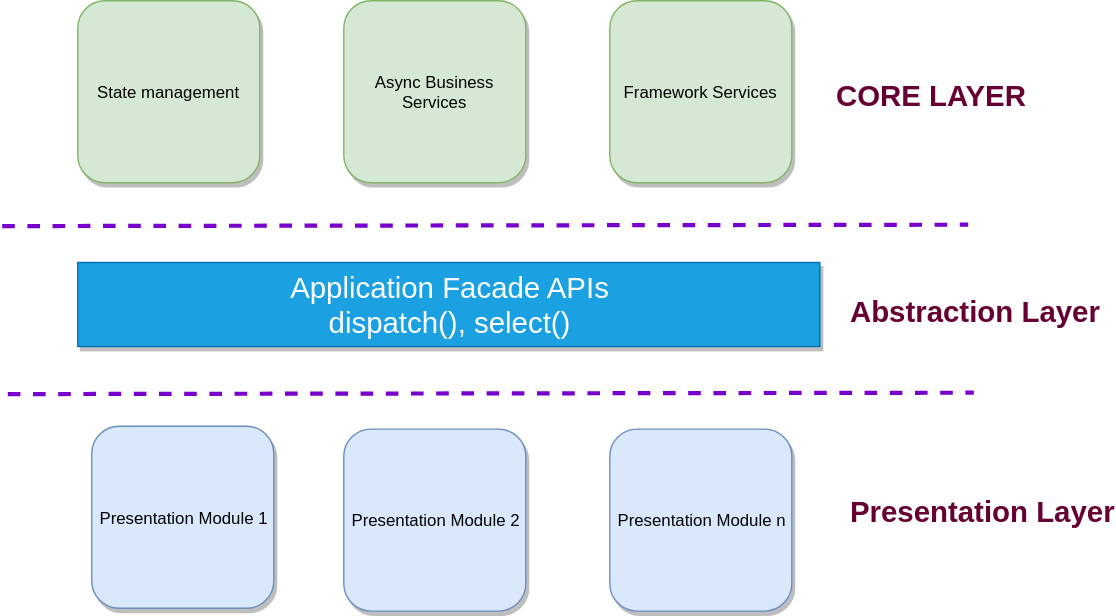
This is Untitled Diagram.svg from kiranchowdhury/ep-ui, a draw.io export, as it was before one commit. Source tidied: cells renumbered, new cells last; positions are measured from the earlier drawing's top-left corner, leaving out a move shared by most shapes.
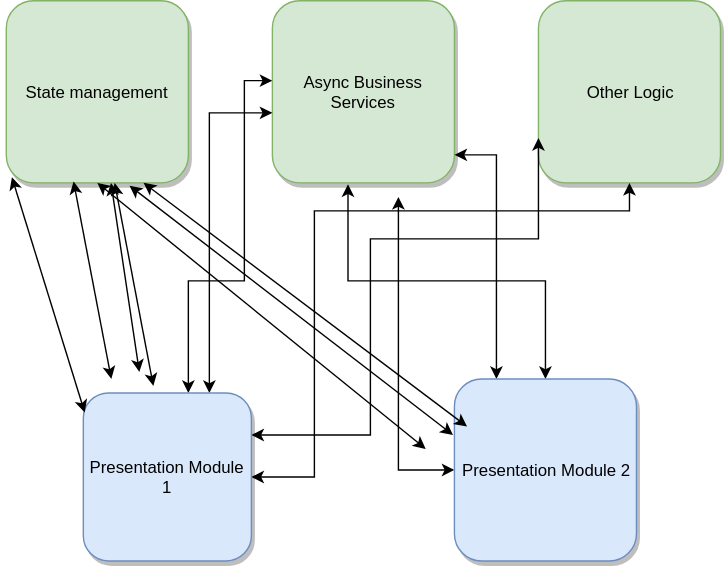
Later version of the same file.

Commit message:
multi direction data flow.svg

Diff of the diagram source:
```diff
@@ -8,41 +8,90 @@
     <mxCell id="3" value="Async Business Services" style="whiteSpace=wrap;html=1;fillColor=#d5e8d4;strokeColor=#82b366;shadow=1;rounded=1;comic=0;glass=0;" parent="1" vertex="1">
       <mxGeometry x="244" width="130" height="130" as="geometry" />
     </mxCell>
-    <mxCell id="4" value="Framework Services" style="whiteSpace=wrap;html=1;fillColor=#d5e8d4;strokeColor=#82b366;shadow=1;rounded=1;comic=0;glass=0;" parent="1" vertex="1">
+    <mxCell id="4" value="Other Logic" style="whiteSpace=wrap;html=1;fillColor=#d5e8d4;strokeColor=#82b366;shadow=1;rounded=1;comic=0;glass=0;" parent="1" vertex="1">
       <mxGeometry x="434" width="130" height="130" as="geometry" />
     </mxCell>
-    <mxCell id="5" value="CORE LAYER" style="text;html=1;align=left;verticalAlign=top;spacingTop=-4;fontStyle=1;fontSize=21;fontColor=#660033;" parent="1" vertex="1">
-      <mxGeometry x="594" y="53" width="90" height="20" as="geometry" />
-    </mxCell>
-    <mxCell id="6" style="endArrow=none;dashed=1;html=1;fontSize=21;fontColor=#00FF80;fillColor=#aa00ff;strokeColor=#7700CC;strokeWidth=3;" parent="1" edge="1">
-      <mxGeometry relative="1" as="geometry">
-        <mxPoint y="161" as="sourcePoint" />
-        <mxPoint x="690" y="160" as="targetPoint" />
-      </mxGeometry>
-    </mxCell>
-    <mxCell id="7" value="Application Facade APIs&lt;br&gt;dispatch(), select()&lt;br&gt;" style="rounded=0;whiteSpace=wrap;html=1;shadow=1;glass=0;comic=0;fontSize=21;fontColor=#ffffff;fillColor=#1ba1e2;strokeColor=#006EAF;" parent="1" vertex="1">
-      <mxGeometry x="54" y="187" width="530" height="60" as="geometry" />
-    </mxCell>
+    <mxCell id="14" style="edgeStyle=orthogonalEdgeStyle;rounded=0;jettySize=auto;html=1;entryX=0;entryY=0.615;entryDx=0;entryDy=0;entryPerimeter=0;strokeWidth=1;fontSize=17;fontColor=#660033;exitX=0.75;exitY=0;exitDx=0;exitDy=0;startArrow=classic;startFill=1;" parent="1" edge="1" source="8" target="3">
+      <mxGeometry relative="1" as="geometry" />
+    </mxCell>
+    <mxCell id="15" style="edgeStyle=orthogonalEdgeStyle;rounded=0;jettySize=auto;html=1;entryX=0;entryY=0.438;entryDx=0;entryDy=0;entryPerimeter=0;strokeWidth=1;fontSize=17;fontColor=#660033;startArrow=classic;startFill=1;" parent="1" edge="1" source="8" target="3">
+      <mxGeometry relative="1" as="geometry">
+        <Array as="points">
+          <mxPoint x="184" y="200" />
+          <mxPoint x="224" y="200" />
+          <mxPoint x="224" y="57" />
+        </Array>
+      </mxGeometry>
+    </mxCell>
+    <mxCell id="16" style="edgeStyle=orthogonalEdgeStyle;rounded=0;jettySize=auto;html=1;startArrow=classic;startFill=1;strokeWidth=1;fontSize=17;fontColor=#660033;" parent="1" edge="1" source="8" target="4">
+      <mxGeometry relative="1" as="geometry">
+        <Array as="points">
+          <mxPoint x="274" y="340" />
+          <mxPoint x="274" y="150" />
+          <mxPoint x="499" y="150" />
+        </Array>
+      </mxGeometry>
+    </mxCell>
+    <mxCell id="17" style="edgeStyle=orthogonalEdgeStyle;rounded=0;jettySize=auto;html=1;entryX=0;entryY=0.75;entryDx=0;entryDy=0;startArrow=classic;startFill=1;strokeWidth=1;fontSize=17;fontColor=#660033;" parent="1" edge="1" source="8" target="4">
+      <mxGeometry relative="1" as="geometry">
+        <Array as="points">
+          <mxPoint x="314" y="310" />
+          <mxPoint x="314" y="170" />
+          <mxPoint x="434" y="170" />
+        </Array>
+      </mxGeometry>
+    </mxCell>
     <mxCell id="8" value="Presentation Module 1&lt;br&gt;" style="whiteSpace=wrap;html=1;fillColor=#dae8fc;strokeColor=#6c8ebf;shadow=1;rounded=1;comic=0;glass=0;" parent="1" vertex="1">
-      <mxGeometry x="64" y="304" width="130" height="130" as="geometry" />
+      <mxGeometry x="109" y="280" width="120" height="120" as="geometry" />
     </mxCell>
+    <mxCell id="18" style="edgeStyle=orthogonalEdgeStyle;rounded=0;jettySize=auto;html=1;strokeWidth=1;fontSize=17;fontColor=#660033;startArrow=classic;startFill=1;" parent="1" edge="1" source="9" target="3">
+      <mxGeometry relative="1" as="geometry">
+        <Array as="points">
+          <mxPoint x="404" y="110" />
+        </Array>
+      </mxGeometry>
+    </mxCell>
+    <mxCell id="19" style="edgeStyle=orthogonalEdgeStyle;rounded=0;jettySize=auto;html=1;startArrow=classic;startFill=1;strokeWidth=1;fontSize=17;fontColor=#660033;" parent="1" edge="1" source="9">
+      <mxGeometry relative="1" as="geometry">
+        <mxPoint x="334" y="140" as="targetPoint" />
+      </mxGeometry>
+    </mxCell>
+    <mxCell id="20" style="edgeStyle=orthogonalEdgeStyle;rounded=0;jettySize=auto;html=1;entryX=0.415;entryY=1.008;entryDx=0;entryDy=0;entryPerimeter=0;startArrow=classic;startFill=1;strokeWidth=1;fontSize=17;fontColor=#660033;" parent="1" edge="1" source="9" target="3">
+      <mxGeometry relative="1" as="geometry" />
+    </mxCell>
     <mxCell id="9" value="Presentation Module 2&lt;br&gt;" style="whiteSpace=wrap;html=1;fillColor=#dae8fc;strokeColor=#6c8ebf;shadow=1;rounded=1;comic=0;glass=0;" parent="1" vertex="1">
-      <mxGeometry x="244" y="306" width="130" height="130" as="geometry" />
+      <mxGeometry x="374" y="270" width="130" height="130" as="geometry" />
     </mxCell>
-    <mxCell id="10" value="Presentation Module n&lt;br&gt;" style="whiteSpace=wrap;html=1;fillColor=#dae8fc;strokeColor=#6c8ebf;shadow=1;rounded=1;comic=0;glass=0;" parent="1" vertex="1">
-      <mxGeometry x="434" y="306" width="130" height="130" as="geometry" />
-    </mxCell>
-    <mxCell id="11" style="endArrow=none;dashed=1;html=1;fontSize=21;fontColor=#00FF80;fillColor=#aa00ff;strokeColor=#7700CC;strokeWidth=3;" parent="1" edge="1">
-      <mxGeometry relative="1" as="geometry">
-        <mxPoint x="4" y="281" as="sourcePoint" />
-        <mxPoint x="694" y="280" as="targetPoint" />
-      </mxGeometry>
-    </mxCell>
-    <mxCell id="12" value="Abstraction Layer" style="text;html=1;align=left;verticalAlign=top;spacingTop=-4;fontStyle=1;fontSize=21;fontColor=#660033;" parent="1" vertex="1">
-      <mxGeometry x="604" y="207" width="180" height="30" as="geometry" />
-    </mxCell>
-    <mxCell id="13" value="Presentation Layer" style="text;html=1;align=left;verticalAlign=top;spacingTop=-4;fontStyle=1;fontSize=21;fontColor=#660033;" parent="1" vertex="1">
-      <mxGeometry x="604" y="350" width="190" height="30" as="geometry" />
-    </mxCell>
+    <mxCell id="21" style="endArrow=classic;startArrow=classic;html=1;strokeWidth=1;fontSize=17;fontColor=#660033;entryX=0.031;entryY=0.969;entryDx=0;entryDy=0;entryPerimeter=0;exitX=0.008;exitY=0.115;exitDx=0;exitDy=0;exitPerimeter=0;" parent="1" edge="1" source="8" target="2">
+      <mxGeometry relative="1" as="geometry" />
+    </mxCell>
+    <mxCell id="22" style="endArrow=classic;startArrow=classic;html=1;strokeWidth=1;fontSize=17;fontColor=#660033;entryX=0.369;entryY=0.992;entryDx=0;entryDy=0;entryPerimeter=0;" parent="1" edge="1" target="2">
+      <mxGeometry relative="1" as="geometry">
+        <mxPoint x="129" y="270" as="sourcePoint" />
+      </mxGeometry>
+    </mxCell>
+    <mxCell id="23" style="endArrow=classic;startArrow=classic;html=1;strokeWidth=1;fontSize=17;fontColor=#660033;" parent="1" edge="1" target="2">
+      <mxGeometry relative="1" as="geometry">
+        <mxPoint x="149" y="265" as="sourcePoint" />
+      </mxGeometry>
+    </mxCell>
+    <mxCell id="24" style="endArrow=classic;startArrow=classic;html=1;strokeWidth=1;fontSize=17;fontColor=#660033;" parent="1" edge="1" target="2">
+      <mxGeometry relative="1" as="geometry">
+        <mxPoint x="159" y="275" as="sourcePoint" />
+      </mxGeometry>
+    </mxCell>
+    <mxCell id="25" style="endArrow=classic;startArrow=classic;html=1;strokeWidth=1;fontSize=17;fontColor=#660033;exitX=-0.008;exitY=0.308;exitDx=0;exitDy=0;exitPerimeter=0;entryX=0.677;entryY=1.015;entryDx=0;entryDy=0;entryPerimeter=0;" parent="1" edge="1" source="9" target="2">
+      <mxGeometry relative="1" as="geometry" />
+    </mxCell>
+    <mxCell id="26" style="endArrow=classic;startArrow=classic;html=1;strokeWidth=1;fontSize=17;fontColor=#660033;exitX=-0.008;exitY=0.308;exitDx=0;exitDy=0;exitPerimeter=0;entryX=0.75;entryY=1;entryDx=0;entryDy=0;" parent="1" edge="1" target="2">
+      <mxGeometry relative="1" as="geometry">
+        <mxPoint x="383" y="304" as="sourcePoint" />
+      </mxGeometry>
+    </mxCell>
+    <mxCell id="27" style="endArrow=classic;startArrow=classic;html=1;strokeWidth=1;fontSize=17;fontColor=#660033;exitX=-0.008;exitY=0.308;exitDx=0;exitDy=0;exitPerimeter=0;entryX=0.5;entryY=1;entryDx=0;entryDy=0;" parent="1" edge="1" target="2">
+      <mxGeometry relative="1" as="geometry">
+        <mxPoint x="353.5" y="320" as="sourcePoint" />
+      </mxGeometry>
+    </mxCell>
   </root>
 </mxGraphModel>
```
